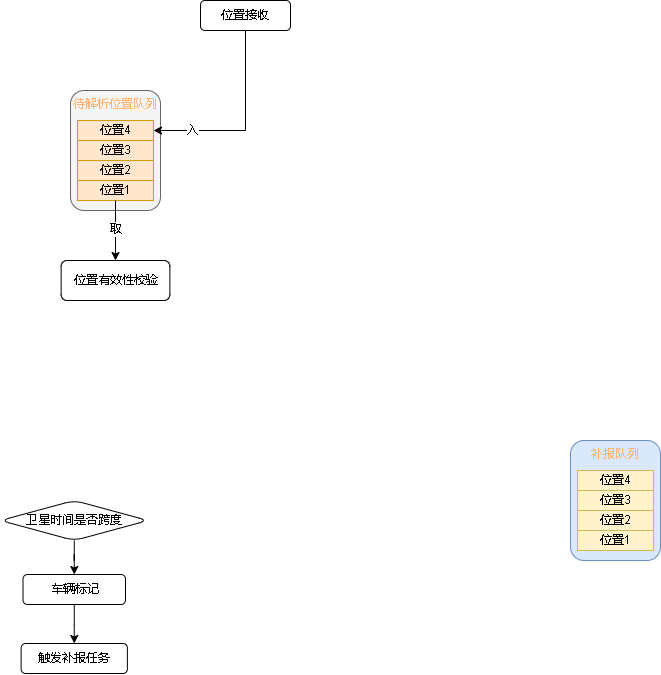
The draw.io diagram 809数据跨度.drawio.png in xktder/draw, before a commit. Source tidied: cells renumbered, new cells last; positions are measured from the earlier drawing's top-left corner, leaving out a move shared by most shapes.
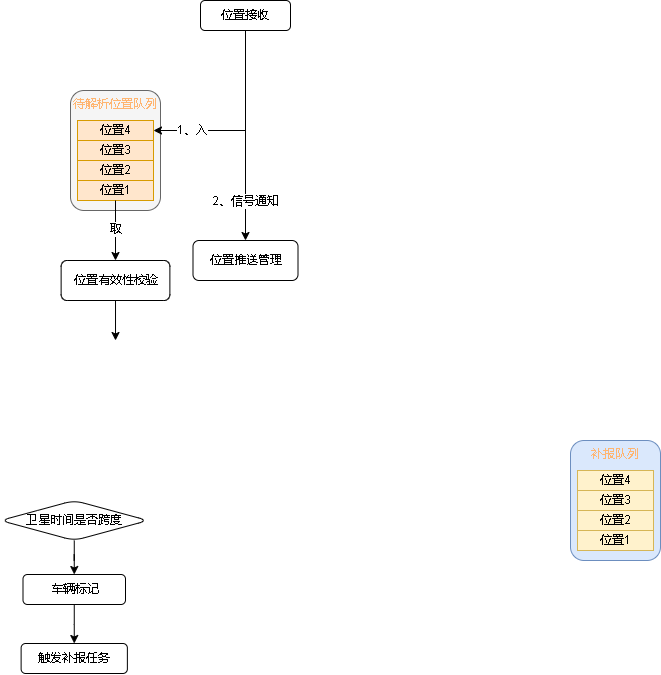
After the change.

Commit message:
更新809数据跨度.drawio.png

Diff of the diagram source:
```diff
@@ -2,6 +2,14 @@
   <root>
     <mxCell id="0" />
     <mxCell id="1" parent="0" />
+    <mxCell id="25" style="edgeStyle=orthogonalEdgeStyle;rounded=0;jettySize=auto;html=1;fontColor=#000000;" parent="1" edge="1" source="2" target="28">
+      <mxGeometry relative="1" as="geometry" />
+    </mxCell>
+    <mxCell id="26" value="2、信号通知" style="edgeLabel;html=1;align=center;verticalAlign=middle;fontColor=#000000;" parent="25" vertex="1">
+      <mxGeometry x="0.66" relative="1" as="geometry">
+        <mxPoint y="-4" as="offset" />
+      </mxGeometry>
+    </mxCell>
     <mxCell id="2" value="位置接收" style="rounded=1;whiteSpace=wrap;html=1;" parent="1" vertex="1">
       <mxGeometry x="200" width="90" height="30" as="geometry" />
     </mxCell>
@@ -59,7 +67,7 @@
     <mxCell id="20" style="edgeStyle=orthogonalEdgeStyle;rounded=0;jettySize=auto;html=1;entryX=1;entryY=0.5;entryDx=0;entryDy=0;fontColor=#000000;exitX=0.5;exitY=1;exitDx=0;exitDy=0;" parent="1" edge="1" source="2" target="10">
       <mxGeometry relative="1" as="geometry" />
     </mxCell>
-    <mxCell id="21" value="入" style="edgeLabel;html=1;align=center;verticalAlign=middle;fontColor=#000000;" parent="20" vertex="1">
+    <mxCell id="21" value="1、入" style="edgeLabel;html=1;align=center;verticalAlign=middle;fontColor=#000000;" parent="20" vertex="1">
       <mxGeometry x="0.48" y="1" relative="1" as="geometry">
         <mxPoint x="-11" y="-1" as="offset" />
       </mxGeometry>
@@ -72,8 +80,16 @@
         <mxPoint y="6" as="offset" />
       </mxGeometry>
     </mxCell>
+    <mxCell id="27" style="edgeStyle=orthogonalEdgeStyle;rounded=0;jettySize=auto;html=1;fontColor=#000000;" parent="1" edge="1" source="24">
+      <mxGeometry relative="1" as="geometry">
+        <mxPoint x="115" y="340" as="targetPoint" />
+      </mxGeometry>
+    </mxCell>
     <mxCell id="24" value="位置有效性校验" style="rounded=1;whiteSpace=wrap;html=1;fontFamily=Helvetica;fontSize=12;fontColor=default;align=center;strokeColor=default;fillColor=default;" parent="1" vertex="1">
       <mxGeometry x="60.6" y="260" width="108.8" height="40" as="geometry" />
     </mxCell>
+    <mxCell id="28" value="位置推送管理" style="rounded=1;whiteSpace=wrap;html=1;fontColor=#000000;" parent="1" vertex="1">
+      <mxGeometry x="192.5" y="240" width="105" height="40" as="geometry" />
+    </mxCell>
   </root>
 </mxGraphModel>
```
